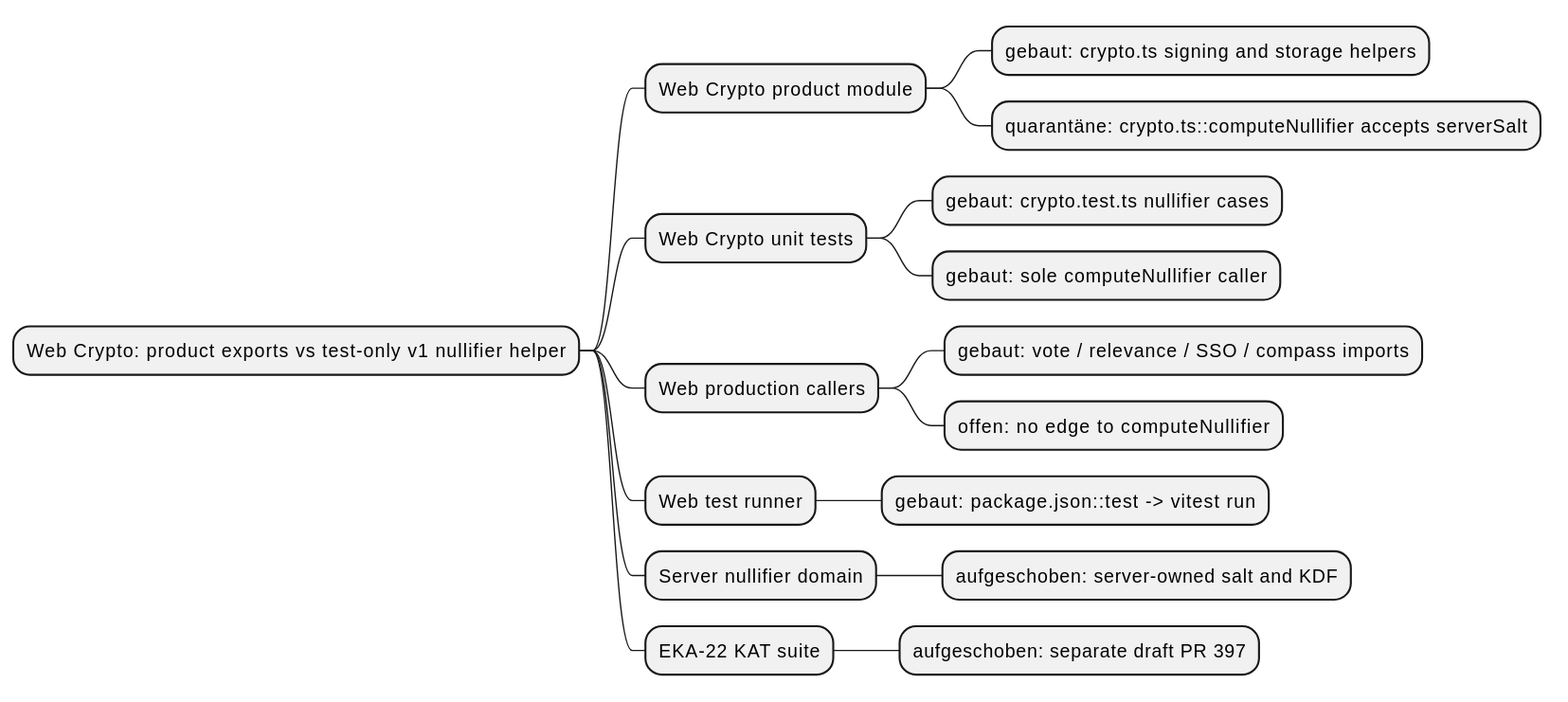
This is docs/architecture/map_002.svg from NeaBouli/pnyx, a PlantUML export, as it was before one commit.
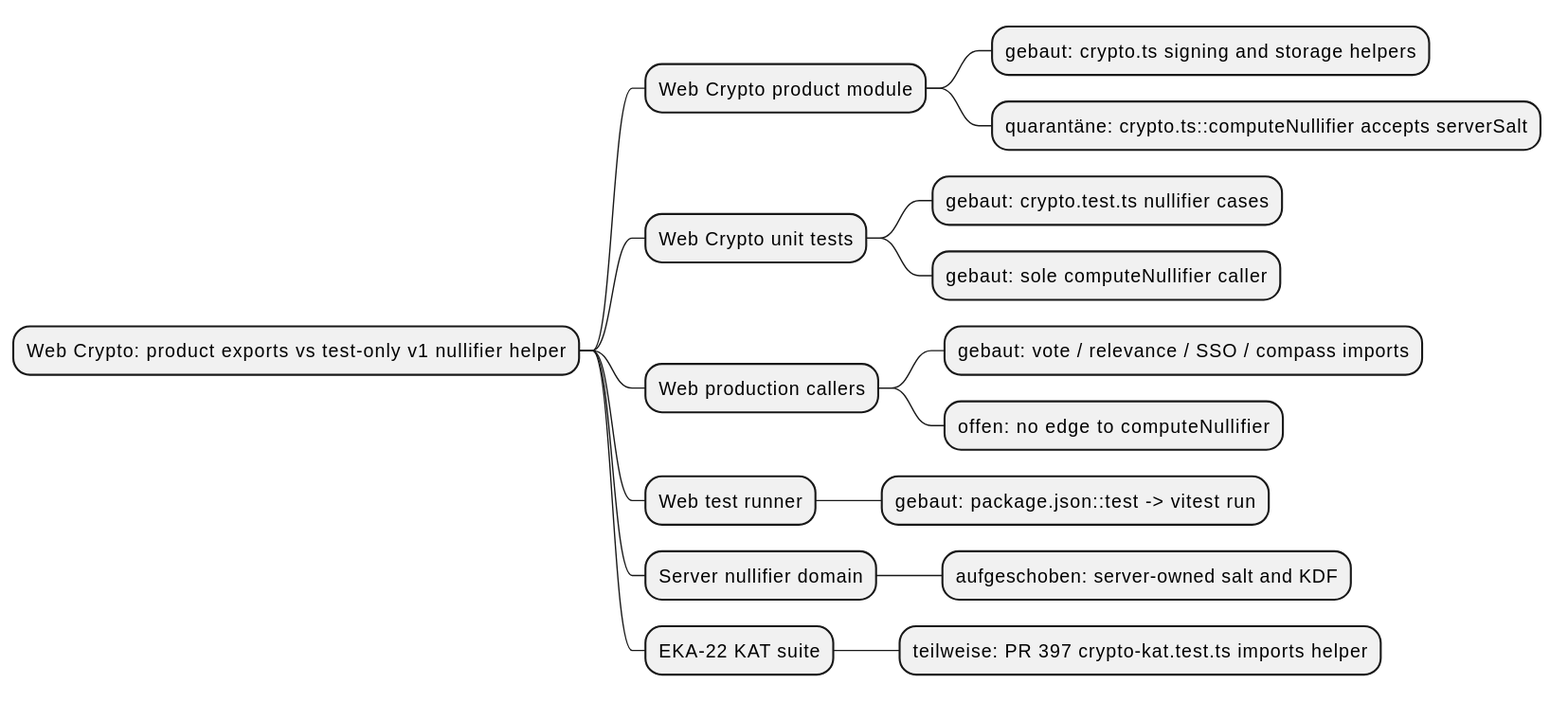
The same diagram one commit later.

The edit, as a diff of the source:
```diff
@@ -15,5 +15,5 @@
 ** Server nullifier domain
 *** aufgeschoben: server-owned salt and KDF
 ** EKA-22 KAT suite
-*** aufgeschoben: separate draft PR 397
+*** teilweise: PR 397 crypto-kat.test.ts imports helper
 @endmindmap
```
